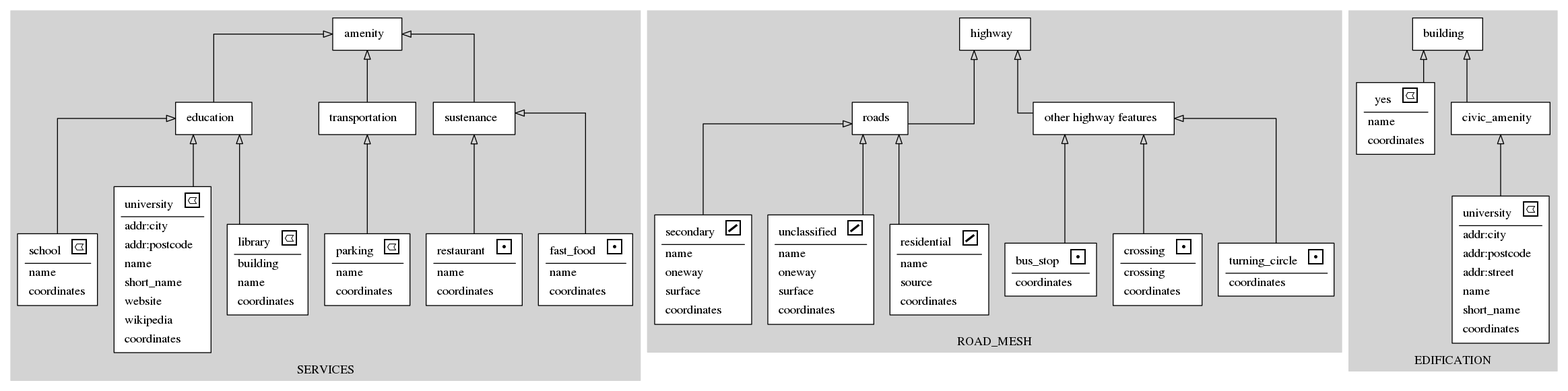
This is schema.gv.png from vinisperandio/OSM2Diagram_optmizated, a Graphviz export, as it was before one commit. Its source is kept beside it as schema.gv.
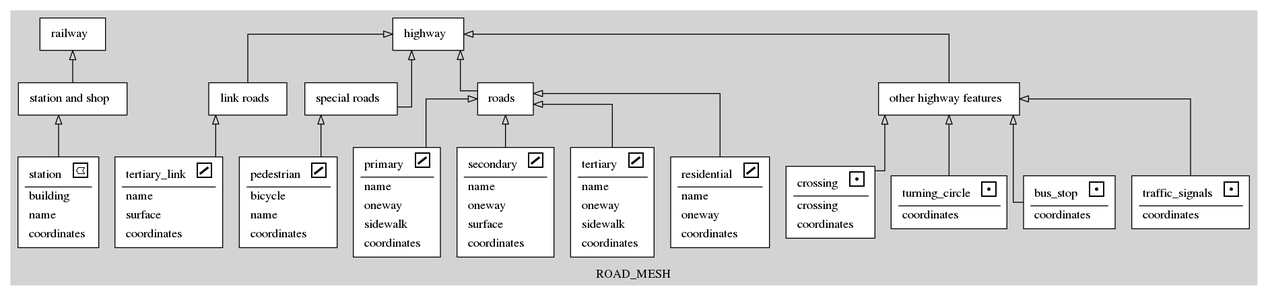
The same file after the commit.

Commit message:
Edification Road_Mesh

What changed in the source:
```diff
@@ -1,24 +1,16 @@
 digraph structs {
 	node [shape=box]
-	subgraph cluster_DIVERSION {
+	subgraph cluster_ROAD_MESH {
 		node [color=black style=filled]
 		color=lightgrey style=filled
-		label=DIVERSION
-	}
-	subgraph cluster_SERVICES {
-		node [color=black style=filled]
-		color=lightgrey style=filled
-		label=SERVICES
+		label=ROAD_MESH
 		0[style = "filled, bold" penwidth = "1" fillcolor="white" label=<
 			<TABLE color="black" border="0">
 			 <TR>
-				<TD align="center"><font color="black">fast_food</font>
+				<TD align="center"><font color="black">traffic_signals</font>
 				<font FACE="sigmoda" POINT-SIZE="20.0"> b</font></TD>
 			</TR>
 			<hr/>
-			<TR>
-				<TD align="left">name</TD>
-			 </TR>
 			<TR>
 				<TD align="left">coordinates</TD>
 			 </TR>
@@ -26,126 +18,21 @@
 		1[style = "filled, bold" penwidth = "1" fillcolor="white" label=<
 			<TABLE color="black" border="0">
 			 <TR>
-				<TD align="center"><font color="black">amenity</font>  </TD>
+				<TD align="center"><font color="black">highway</font>  </TD>
 			</TR>
 			</TABLE>>]
 		2[style = "filled, bold" penwidth = "1" fillcolor="white" label=<
 			<TABLE color="black" border="0">
 			 <TR>
-				<TD align="center"><font color="black">restaurant</font>
+				<TD align="center"><font color="black">bus_stop</font>
 				<font FACE="sigmoda" POINT-SIZE="20.0"> b</font></TD>
 			</TR>
 			<hr/>
-			<TR>
-				<TD align="left">name</TD>
-			 </TR>
 			<TR>
 				<TD align="left">coordinates</TD>
 			 </TR>
 			</TABLE>>]
 		3[style = "filled, bold" penwidth = "1" fillcolor="white" label=<
-			<TABLE color="black" border="0">
-			 <TR>
-				<TD align="center"><font color="black">library</font>
-				<font FACE="sigmoda" POINT-SIZE="20.0"> e</font></TD>
-			</TR>
-			<hr/>
-			<TR>
-				<TD align="left">building</TD>
-			 </TR>
-			<TR>
-				<TD align="left">name</TD>
-			 </TR>
-			<TR>
-				<TD align="left">coordinates</TD>
-			 </TR>
-			</TABLE>>]
-		4[style = "filled, bold" penwidth = "1" fillcolor="white" label=<
-			<TABLE color="black" border="0">
-			 <TR>
-				<TD align="center"><font color="black">parking</font>
-				<font FACE="sigmoda" POINT-SIZE="20.0"> e</font></TD>
-			</TR>
-			<hr/>
-			<TR>
-				<TD align="left">name</TD>
-			 </TR>
-			<TR>
-				<TD align="left">coordinates</TD>
-			 </TR>
-			</TABLE>>]
-		5[style = "filled, bold" penwidth = "1" fillcolor="white" label=<
-			<TABLE color="black" border="0">
-			 <TR>
-				<TD align="center"><font color="black">university</font>
-				<font FACE="sigmoda" POINT-SIZE="20.0"> e</font></TD>
-			</TR>
-			<hr/>
-			<TR>
-				<TD align="left">addr:city</TD>
-			 </TR>
-			<TR>
-				<TD align="left">addr:postcode</TD>
-			 </TR>
-			<TR>
-				<TD align="left">name</TD>
-			 </TR>
-			<TR>
-				<TD align="left">short_name</TD>
-			 </TR>
-			<TR>
-				<TD align="left">website</TD>
-			 </TR>
-			<TR>
-				<TD align="left">wikipedia</TD>
-			 </TR>
-			<TR>
-				<TD align="left">coordinates</TD>
-			 </TR>
-			</TABLE>>]
-		6[style = "filled, bold" penwidth = "1" fillcolor="white" label=<
-			<TABLE color="black" border="0">
-			 <TR>
-				<TD align="center"><font color="black">school</font>
-				<font FACE="sigmoda" POINT-SIZE="20.0"> e</font></TD>
-			</TR>
-			<hr/>
-			<TR>
-				<TD align="left">name</TD>
-			 </TR>
-			<TR>
-				<TD align="left">coordinates</TD>
-			 </TR>
-			</TABLE>>]
-		7[style = "filled, bold" penwidth = "1" fillcolor="white" label=<
-			<TABLE color="black" border="0">
-			 <TR>
-				<TD align="center"><font color="black">sustenance</font>  </TD>
-			</TR>
-			</TABLE>>]
-		8[style = "filled, bold" penwidth = "1" fillcolor="white" label=<
-			<TABLE color="black" border="0">
-			 <TR>
-				<TD align="center"><font color="black">education</font>  </TD>
-			</TR>
-			</TABLE>>]
-		9[style = "filled, bold" penwidth = "1" fillcolor="white" label=<
-			<TABLE color="black" border="0">
-			 <TR>
-				<TD align="center"><font color="black">transportation</font>  </TD>
-			</TR>
-			</TABLE>>]
-	}
-	subgraph cluster_HEALTH {
-		node [color=black style=filled]
-		color=lightgrey style=filled
-		label=HEALTH
-	}
-	subgraph cluster_ROAD_MESH {
-		node [color=black style=filled]
-		color=lightgrey style=filled
-		label=ROAD_MESH
-		10[style = "filled, bold" penwidth = "1" fillcolor="white" label=<
 			<TABLE color="black" border="0">
 			 <TR>
 				<TD align="center"><font color="black">turning_circle</font>
@@ -156,13 +43,7 @@
 				<TD align="left">coordinates</TD>
 			 </TR>
 			</TABLE>>]
-		11[style = "filled, bold" penwidth = "1" fillcolor="white" label=<
-			<TABLE color="black" border="0">
-			 <TR>
-				<TD align="center"><font color="black">highway</font>  </TD>
-			</TR>
-			</TABLE>>]
-		12[style = "filled, bold" penwidth = "1" fillcolor="white" label=<
+		4[style = "filled, bold" penwidth = "1" fillcolor="white" label=<
 			<TABLE color="black" border="0">
 			 <TR>
 				<TD align="center"><font color="black">crossing</font>
@@ -176,18 +57,7 @@
 				<TD align="left">coordinates</TD>
 			 </TR>
 			</TABLE>>]
-		13[style = "filled, bold" penwidth = "1" fillcolor="white" label=<
-			<TABLE color="black" border="0">
-			 <TR>
-				<TD align="center"><font color="black">bus_stop</font>
-				<font FACE="sigmoda" POINT-SIZE="20.0"> b</font></TD>
-			</TR>
-			<hr/>
-			<TR>
-				<TD align="left">coordinates</TD>
-			 </TR>
-			</TABLE>>]
-		14[style = "filled, bold" penwidth = "1" fillcolor="white" label=<
+		5[style = "filled, bold" penwidth = "1" fillcolor="white" label=<
 			<TABLE color="black" border="0">
 			 <TR>
 				<TD align="center"><font color="black">residential</font>
@@ -198,16 +68,16 @@
 				<TD align="left">name</TD>
 			 </TR>
 			<TR>
-				<TD align="left">source</TD>
+				<TD align="left">oneway</TD>
 			 </TR>
 			<TR>
 				<TD align="left">coordinates</TD>
 			 </TR>
 			</TABLE>>]
-		15[style = "filled, bold" penwidth = "1" fillcolor="white" label=<
+		6[style = "filled, bold" penwidth = "1" fillcolor="white" label=<
 			<TABLE color="black" border="0">
 			 <TR>
-				<TD align="center"><font color="black">unclassified</font>
+				<TD align="center"><font color="black">tertiary</font>
 				<font FACE="sigmoda" POINT-SIZE="20.0"> w</font></TD>
 			</TR>
 			<hr/>
@@ -218,13 +88,13 @@
 				<TD align="left">oneway</TD>
 			 </TR>
 			<TR>
-				<TD align="left">surface</TD>
+				<TD align="left">sidewalk</TD>
 			 </TR>
 			<TR>
 				<TD align="left">coordinates</TD>
 			 </TR>
 			</TABLE>>]
-		16[style = "filled, bold" penwidth = "1" fillcolor="white" label=<
+		7[style = "filled, bold" penwidth = "1" fillcolor="white" label=<
 			<TABLE color="black" border="0">
 			 <TR>
 				<TD align="center"><font color="black">secondary</font>
@@ -244,62 +114,16 @@
 				<TD align="left">coordinates</TD>
 			 </TR>
 			</TABLE>>]
-		17[style = "filled, bold" penwidth = "1" fillcolor="white" label=<
+		8[style = "filled, bold" penwidth = "1" fillcolor="white" label=<
 			<TABLE color="black" border="0">
 			 <TR>
-				<TD align="center"><font color="black">other highway features</font>  </TD>
-			</TR>
-			</TABLE>>]
-		18[style = "filled, bold" penwidth = "1" fillcolor="white" label=<
-			<TABLE color="black" border="0">
-			 <TR>
-				<TD align="center"><font color="black">roads</font>  </TD>
-			</TR>
-			</TABLE>>]
-	}
-	subgraph cluster_EDIFICATION {
-		node [color=black style=filled]
-		color=lightgrey style=filled
-		label=EDIFICATION
-		19[style = "filled, bold" penwidth = "1" fillcolor="white" label=<
-			<TABLE color="black" border="0">
-			 <TR>
-				<TD align="center"><font color="black">university</font>
-				<font FACE="sigmoda" POINT-SIZE="20.0"> e</font></TD>
+				<TD align="center"><font color="black">pedestrian</font>
+				<font FACE="sigmoda" POINT-SIZE="20.0"> w</font></TD>
 			</TR>
 			<hr/>
 			<TR>
-				<TD align="left">addr:city</TD>
+				<TD align="left">bicycle</TD>
 			 </TR>
-			<TR>
-				<TD align="left">addr:postcode</TD>
-			 </TR>
-			<TR>
-				<TD align="left">addr:street</TD>
-			 </TR>
-			<TR>
-				<TD align="left">name</TD>
-			 </TR>
-			<TR>
-				<TD align="left">short_name</TD>
-			 </TR>
-			<TR>
-				<TD align="left">coordinates</TD>
-			 </TR>
-			</TABLE>>]
-		20[style = "filled, bold" penwidth = "1" fillcolor="white" label=<
-			<TABLE color="black" border="0">
-			 <TR>
-				<TD align="center"><font color="black">building</font>  </TD>
-			</TR>
-			</TABLE>>]
-		21[style = "filled, bold" penwidth = "1" fillcolor="white" label=<
-			<TABLE color="black" border="0">
-			 <TR>
-				<TD align="center"><font color="black">yes</font>
-				<font FACE="sigmoda" POINT-SIZE="20.0"> e</font></TD>
-			</TR>
-			<hr/>
 			<TR>
 				<TD align="left">name</TD>
 			 </TR>
@@ -307,33 +131,113 @@
 				<TD align="left">coordinates</TD>
 			 </TR>
 			</TABLE>>]
-		22[style = "filled, bold" penwidth = "1" fillcolor="white" label=<
+		9[style = "filled, bold" penwidth = "1" fillcolor="white" label=<
 			<TABLE color="black" border="0">
 			 <TR>
-				<TD align="center"><font color="black">civic_amenity</font>  </TD>
+				<TD align="center"><font color="black">primary</font>
+				<font FACE="sigmoda" POINT-SIZE="20.0"> w</font></TD>
+			</TR>
+			<hr/>
+			<TR>
+				<TD align="left">name</TD>
+			 </TR>
+			<TR>
+				<TD align="left">oneway</TD>
+			 </TR>
+			<TR>
+				<TD align="left">sidewalk</TD>
+			 </TR>
+			<TR>
+				<TD align="left">coordinates</TD>
+			 </TR>
+			</TABLE>>]
+		10[style = "filled, bold" penwidth = "1" fillcolor="white" label=<
+			<TABLE color="black" border="0">
+			 <TR>
+				<TD align="center"><font color="black">tertiary_link</font>
+				<font FACE="sigmoda" POINT-SIZE="20.0"> w</font></TD>
+			</TR>
+			<hr/>
+			<TR>
+				<TD align="left">name</TD>
+			 </TR>
+			<TR>
+				<TD align="left">surface</TD>
+			 </TR>
+			<TR>
+				<TD align="left">coordinates</TD>
+			 </TR>
+			</TABLE>>]
+		11[style = "filled, bold" penwidth = "1" fillcolor="white" label=<
+			<TABLE color="black" border="0">
+			 <TR>
+				<TD align="center"><font color="black">station</font>
+				<font FACE="sigmoda" POINT-SIZE="20.0"> e</font></TD>
+			</TR>
+			<hr/>
+			<TR>
+				<TD align="left">building</TD>
+			 </TR>
+			<TR>
+				<TD align="left">name</TD>
+			 </TR>
+			<TR>
+				<TD align="left">coordinates</TD>
+			 </TR>
+			</TABLE>>]
+		12[style = "filled, bold" penwidth = "1" fillcolor="white" label=<
+			<TABLE color="black" border="0">
+			 <TR>
+				<TD align="center"><font color="black">railway</font>  </TD>
+			</TR>
+			</TABLE>>]
+		13[style = "filled, bold" penwidth = "1" fillcolor="white" label=<
+			<TABLE color="black" border="0">
+			 <TR>
+				<TD align="center"><font color="black">other highway features</font>  </TD>
+			</TR>
+			</TABLE>>]
+		14[style = "filled, bold" penwidth = "1" fillcolor="white" label=<
+			<TABLE color="black" border="0">
+			 <TR>
+				<TD align="center"><font color="black">roads</font>  </TD>
+			</TR>
+			</TABLE>>]
+		15[style = "filled, bold" penwidth = "1" fillcolor="white" label=<
+			<TABLE color="black" border="0">
+			 <TR>
+				<TD align="center"><font color="black">special roads</font>  </TD>
+			</TR>
+			</TABLE>>]
+		16[style = "filled, bold" penwidth = "1" fillcolor="white" label=<
+			<TABLE color="black" border="0">
+			 <TR>
+				<TD align="center"><font color="black">link roads</font>  </TD>
+			</TR>
+			</TABLE>>]
+		17[style = "filled, bold" penwidth = "1" fillcolor="white" label=<
+			<TABLE color="black" border="0">
+			 <TR>
+				<TD align="center"><font color="black">station and shop</font>  </TD>
 			</TR>
 			</TABLE>>]
 	}
-		0 -> 7[arrowhead=onormal]
-		2 -> 7[arrowhead=onormal]
-		3 -> 8[arrowhead=onormal]
-		4 -> 9[arrowhead=onormal]
-		5 -> 8[arrowhead=onormal]
-		6 -> 8[arrowhead=onormal]
-		7 -> 1[arrowhead=onormal]
-		8 -> 1[arrowhead=onormal]
-		9 -> 1[arrowhead=onormal]
-		10 -> 17[arrowhead=onormal]
-		12 -> 17[arrowhead=onormal]
-		13 -> 17[arrowhead=onormal]
-		14 -> 18[arrowhead=onormal]
-		15 -> 18[arrowhead=onormal]
-		16 -> 18[arrowhead=onormal]
-		17 -> 11[arrowhead=onormal]
-		18 -> 11[arrowhead=onormal]
-		19 -> 22[arrowhead=onormal]
-		21 -> 20[arrowhead=onormal]
-		22 -> 20[arrowhead=onormal]
+		0 -> 13[arrowhead=onormal]
+		2 -> 13[arrowhead=onormal]
+		3 -> 13[arrowhead=onormal]
+		4 -> 13[arrowhead=onormal]
+		5 -> 14[arrowhead=onormal]
+		6 -> 14[arrowhead=onormal]
+		7 -> 14[arrowhead=onormal]
+		8 -> 15[arrowhead=onormal]
+		9 -> 14[arrowhead=onormal]
+		10 -> 16[arrowhead=onormal]
+		11 -> 17[arrowhead=onormal]
+		13 -> 1[arrowhead=onormal]
+		14 -> 1[arrowhead=onormal]
+		15 -> 1[arrowhead=onormal]
+		16 -> 1[arrowhead=onormal]
+		17 -> 12[arrowhead=onormal]
 	rankdir=BT
 	splines=ortho
 }
```
